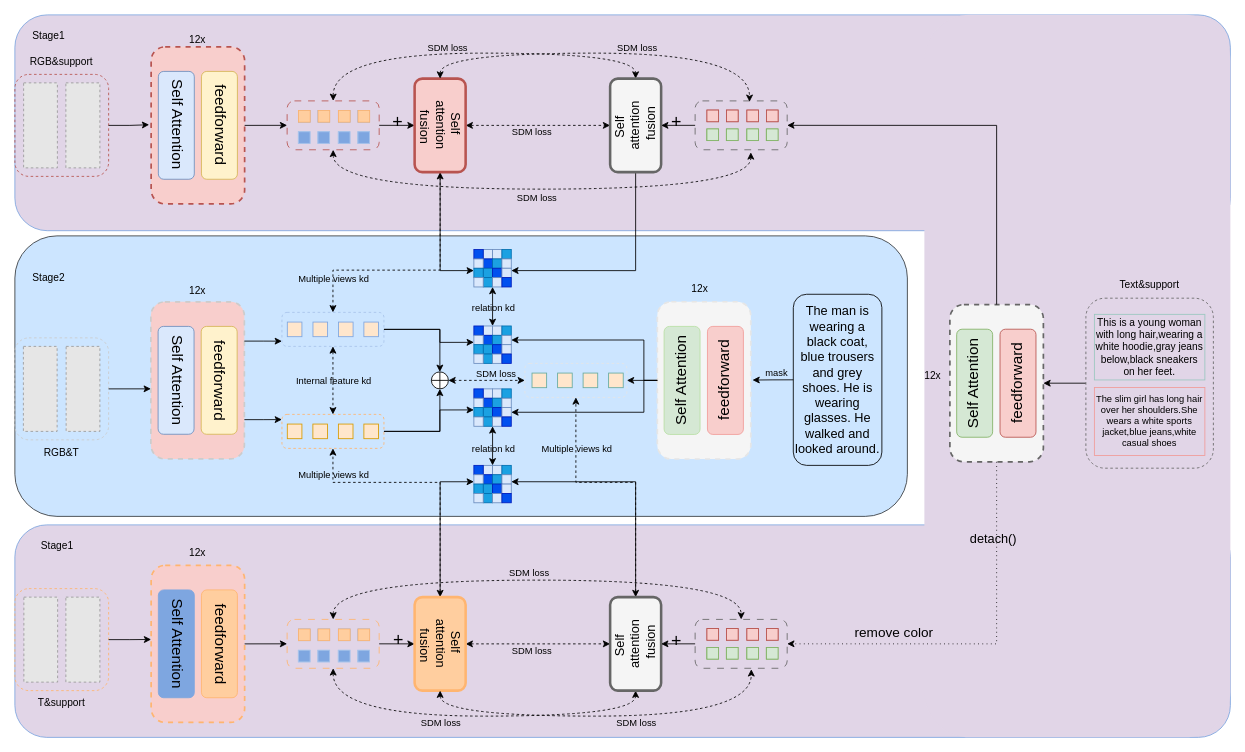
Before: 11.25mulkd.drawio in CZYdeGithub/drawio, a draw.io diagram. Source tidied: cells renumbered, new cells numbered last; positions are measured from the earlier drawing's top-left corner, leaving out a move shared by most shapes. Both pictures are drawn from the tidied source at 85%, with x=0, y=0 at pixel (14, 14). Pictures stored in the file or linked from it are replaced by grey dashed boxes.
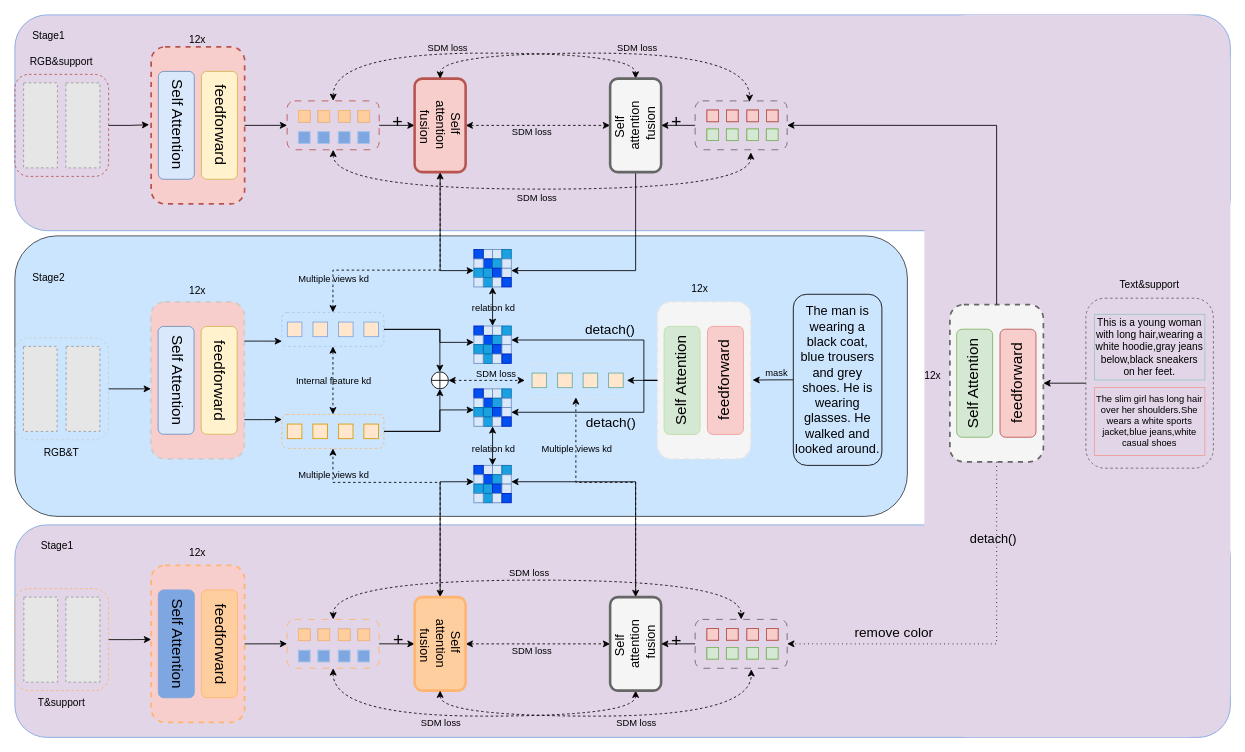
The same page after the edit.

Unchanged cells that the change refers to:
```xml
<mxCell id="252" style="edgeStyle=orthogonalEdgeStyle;rounded=0;jettySize=auto;html=1;exitX=0;exitY=0.5;exitDx=0;exitDy=0;entryX=1;entryY=0.5;entryDx=0;entryDy=0;" parent="1" edge="1" source="98" target="242">
  <mxGeometry relative="1" as="geometry">
    <Array as="points">
      <mxPoint x="740" y="430" />
      <mxPoint x="740" y="383" />
    </Array>
  </mxGeometry>
</mxCell>
```

What changed in the source:
```diff
@@
+    <mxCell id="277" value="detach()" style="edgeLabel;html=1;align=center;verticalAlign=middle;labelBorderColor=none;labelBackgroundColor=none;fontSize=16;" parent="252" vertex="1">
+      <mxGeometry x="0.28" y="-3" relative="1" as="geometry">
+        <mxPoint x="36" y="-10" as="offset" />
+      </mxGeometry>
+    </mxCell>
@@
+    <mxCell id="278" value="detach()" style="edgeLabel;html=1;align=center;verticalAlign=middle;labelBorderColor=none;labelBackgroundColor=none;fontSize=16;" parent="1" vertex="1">
+      <mxGeometry x="700.3" y="478.3" as="geometry" />
+    </mxCell>
```
